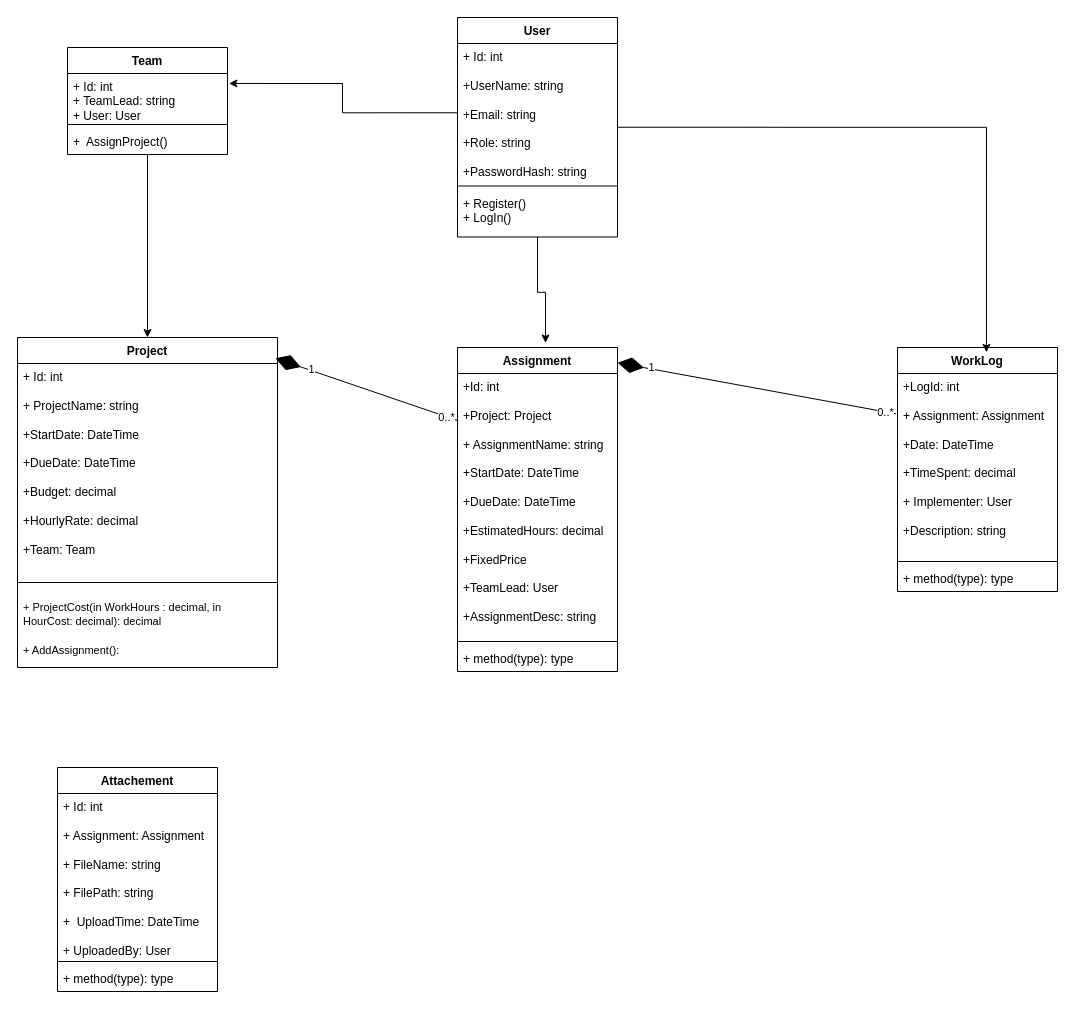
Above: Untitled Diagram.drawio in MarkusK188/Programmeerimine2 (draw.io), before the change. Source tidied: cells renumbered, new cells numbered last; positions are measured from the earlier drawing's top-left corner, leaving out a move shared by most shapes. Both pictures are drawn from the tidied source at 100%, with x=0, y=0 at pixel (17, 17).
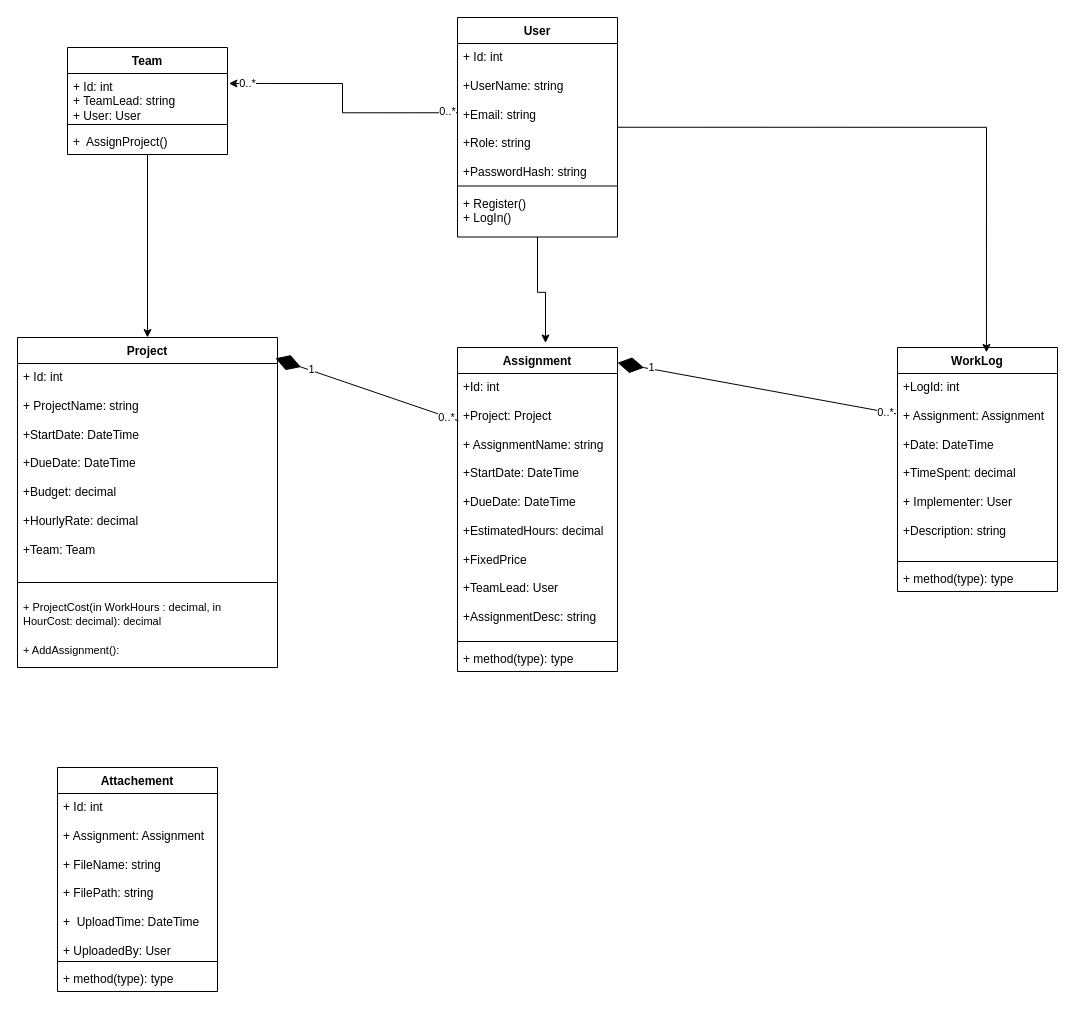
After the change.

The change refers to these unchanged cells:
```xml
<mxCell id="28" style="edgeStyle=orthogonalEdgeStyle;rounded=0;jettySize=auto;html=1;exitX=0;exitY=0.5;exitDx=0;exitDy=0;entryX=1.009;entryY=0.212;entryDx=0;entryDy=0;entryPerimeter=0;" parent="1" edge="1" source="15" target="25">
  <mxGeometry relative="1" as="geometry" />
</mxCell>
```

Diff of the diagram source:
```diff
@@
+    <mxCell id="36" value="0..*" style="edgeLabel;html=1;align=center;verticalAlign=middle;" parent="28" vertex="1">
+      <mxGeometry x="0.86" relative="1" as="geometry" />
+    </mxCell>
+    <mxCell id="37" value="0..*" style="edgeLabel;html=1;align=center;verticalAlign=middle;" parent="28" vertex="1">
+      <mxGeometry x="-0.92" y="-2" relative="1" as="geometry" />
+    </mxCell>
```
